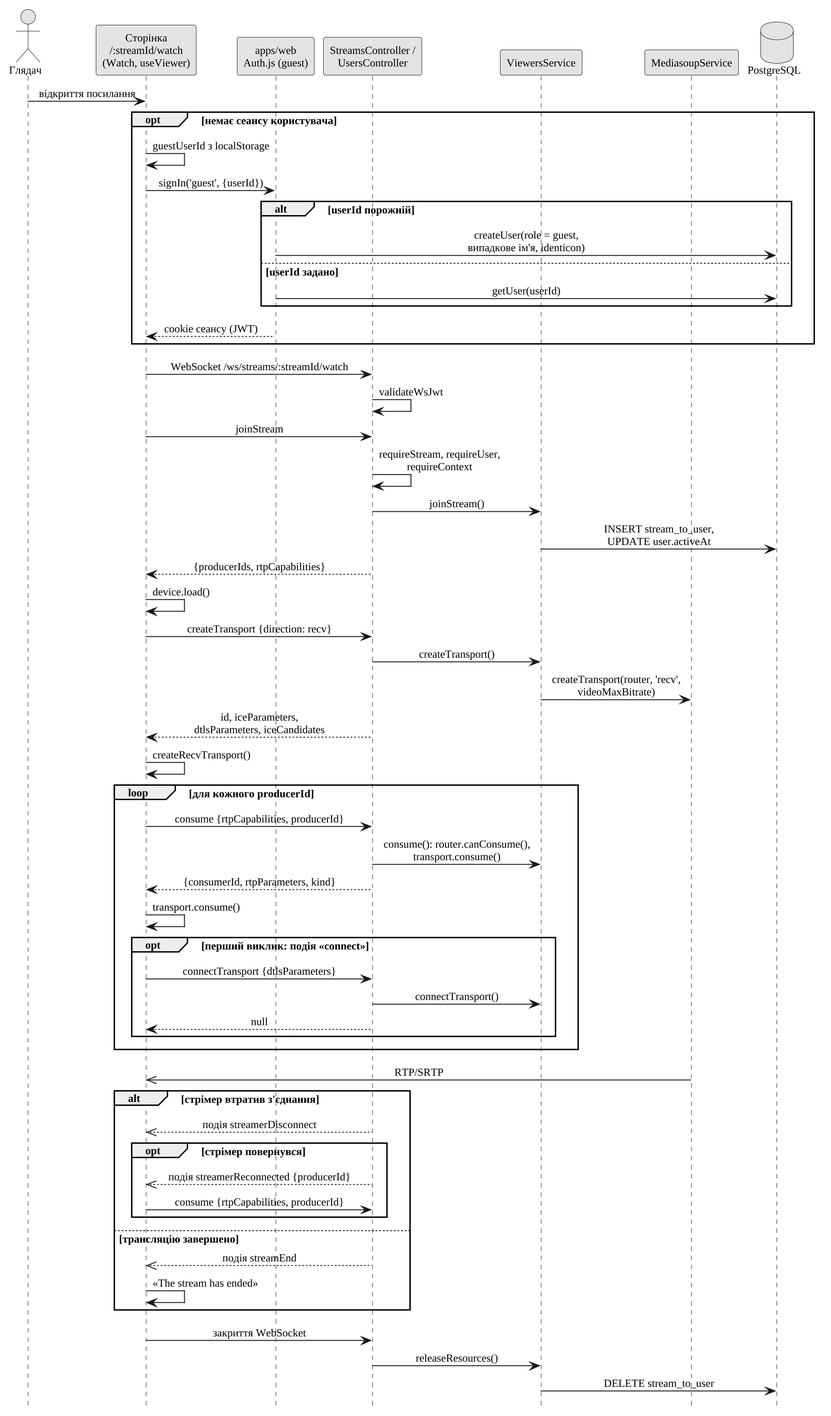
Above: thesis/diagrams/fig-seq-watch.png in Nikitos1926/stream-share (PlantUML), before the change. Source of this version:
```plantuml
@startuml
!pragma layout smetana
skinparam defaultFontName "Liberation Serif"
skinparam dpi 200
skinparam shadowing false
skinparam monochrome true
skinparam defaultFontSize 12
skinparam sequenceMessageAlign center
hide footbox

actor "Глядач" as U
participant "Сторінка\n/:streamId/watch\n(Watch, useViewer)" as P
participant "apps/web\nAuth.js (guest)" as A
participant "StreamsController /\nUsersController" as C
participant "ViewersService" as VS
participant "MediasoupService" as MS
database "PostgreSQL" as DB

U -> P : відкриття посилання
opt немає сеансу користувача
  P -> P : guestUserId з localStorage
  P -> A : signIn('guest', {userId})
  alt userId порожній
    A -> DB : createUser(role = guest,\nвипадкове ім'я, identicon)
  else userId задано
    A -> DB : getUser(userId)
  end
  A --> P : cookie сеансу (JWT)
end

P -> C : WebSocket /ws/streams/:streamId/watch
C -> C : validateWsJwt
P -> C : joinStream
C -> C : requireStream, requireUser,\nrequireContext
C -> VS : joinStream()
VS -> DB : INSERT stream_to_user,\nUPDATE user.activeAt
C --> P : {producerIds, rtpCapabilities}
P -> P : device.load()

P -> C : createTransport {direction: recv}
C -> VS : createTransport()
VS -> MS : createTransport(router, 'recv',\nvideoMaxBitrate)
C --> P : id, iceParameters,\ndtlsParameters, iceCandidates
P -> P : createRecvTransport()

loop для кожного producerId
  P -> C : consume {rtpCapabilities, producerId}
  C -> VS : consume(): router.canConsume(),\ntransport.consume()
  C --> P : {consumerId, rtpParameters, kind}
  P -> P : transport.consume()
  opt перший виклик: подія «connect»
    P -> C : connectTransport {dtlsParameters}
    C -> VS : connectTransport()
    C --> P : null
  end
end
MS ->> P : RTP/SRTP

alt стрімер втратив з'єднання
  C -->> P : подія streamerDisconnect
  opt стрімер повернувся
    C -->> P : подія streamerReconnected {producerId}
    P -> C : consume {rtpCapabilities, producerId}
  end
else трансляцію завершено
  C -->> P : подія streamEnd
  P -> P : «The stream has ended»
end

P -> C : закриття WebSocket
C -> VS : releaseResources()
VS -> DB : DELETE stream_to_user
@enduml
```
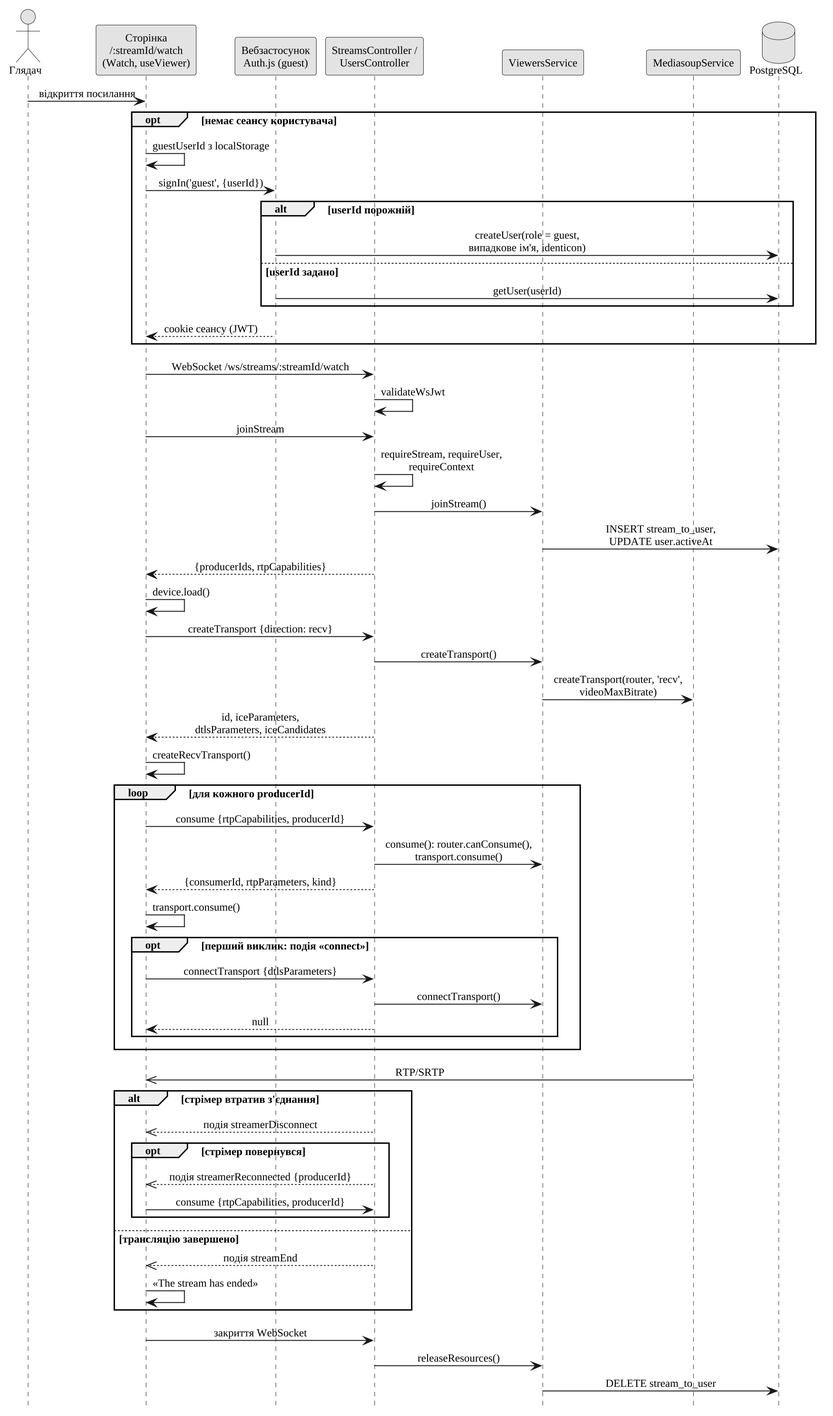
After the commit.

Diff of the diagram source:
```diff
@@ -10,7 +10,7 @@
 
 actor "Глядач" as U
 participant "Сторінка\n/:streamId/watch\n(Watch, useViewer)" as P
-participant "apps/web\nAuth.js (guest)" as A
+participant "Вебзастосунок\nAuth.js (guest)" as A
 participant "StreamsController /\nUsersController" as C
 participant "ViewersService" as VS
 participant "MediasoupService" as MS
```
